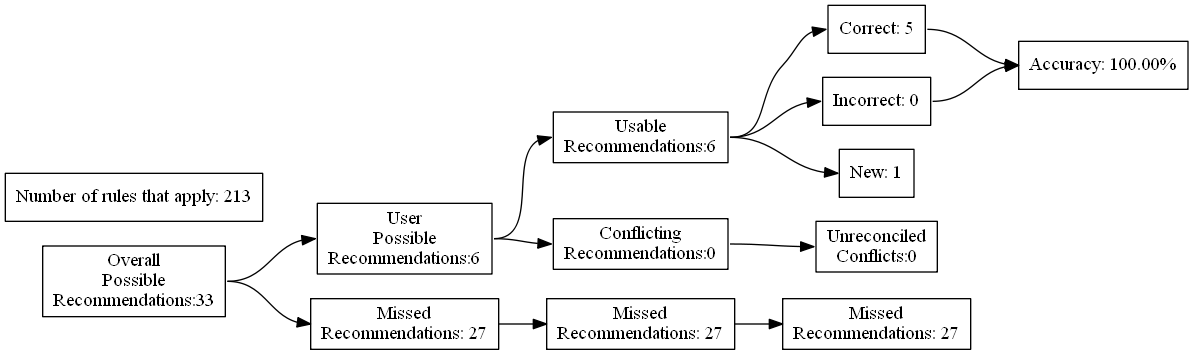
This is test_renders/110.gv.png from ZaxR/ibd_diet_analysis, a Graphviz export, as it was before one commit. Its source is kept beside it as test_renders/110.gv.
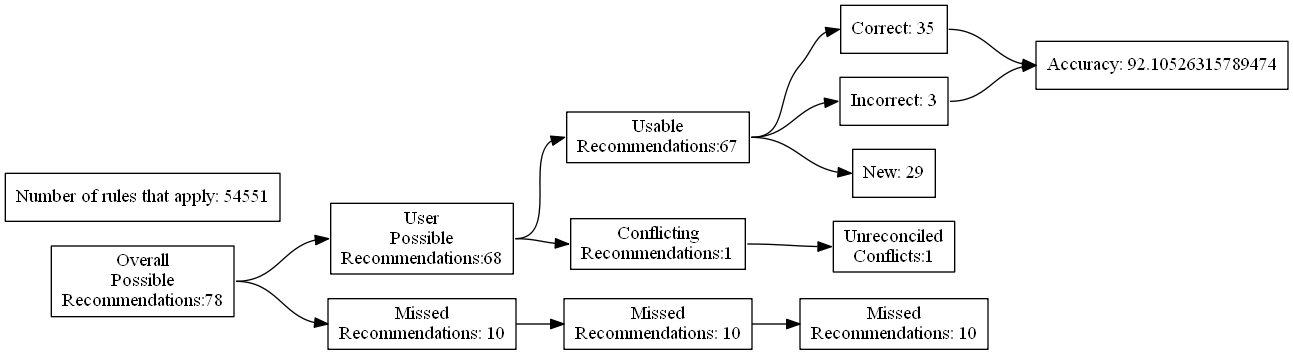
After the change.

The edit, as a diff of the source:
```diff
@@ -4,27 +4,27 @@
 	edge [headport=w tailport=e]
 		A [label="Overall
 Possible
-Recommendations:33"]
+Recommendations:78"]
 		B [label="User
 Possible
-Recommendations:6"]
+Recommendations:68"]
 		C [label="Missed
-Recommendations: 27"]
+Recommendations: 10"]
 		D [label="Usable
-Recommendations:6"]
+Recommendations:67"]
 		E [label="Conflicting
-Recommendations:0"]
+Recommendations:1"]
 		J [label="Missed
-Recommendations: 27"]
+Recommendations: 10"]
 		M [label="Unreconciled
-Conflicts:0"]
-		F [label="Correct: 5"]
-		G [label="Incorrect: 0"]
-		H [label="New: 1"]
+Conflicts:1"]
+		F [label="Correct: 35"]
+		G [label="Incorrect: 3"]
+		H [label="New: 29"]
 		K [label="Missed
-Recommendations: 27"]
-		I [label="Accuracy: 100.00%"]
-		l [label="Number of rules that apply: 213"]
+Recommendations: 10"]
+		I [label="Accuracy: 92.10526315789474"]
+		l [label="Number of rules that apply: 54551"]
 			A -> B
 			A -> C
 			B -> D
```
